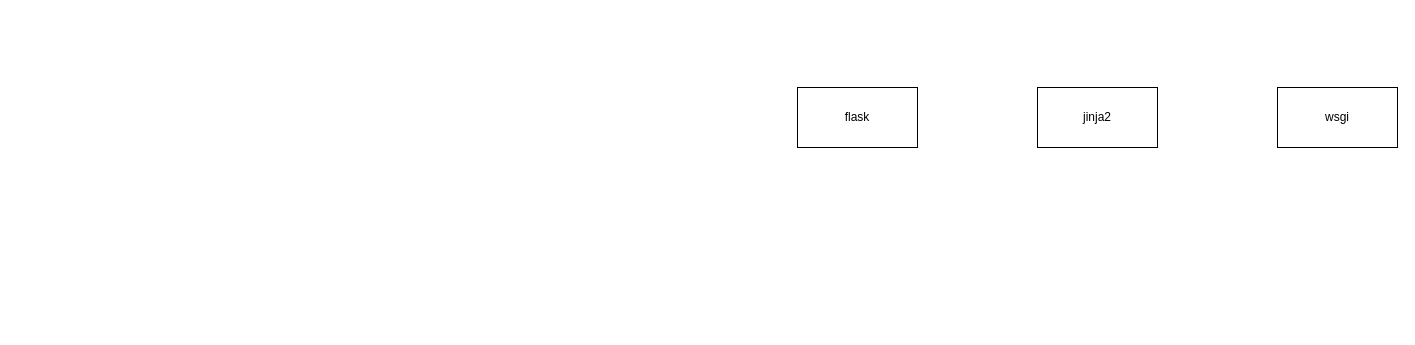
Before: flask总结.drawio in ghr12345/bianyiqi, a draw.io diagram. Source tidied: cells renumbered, new cells numbered last; positions are measured from the earlier drawing's top-left corner, leaving out a move shared by most shapes. Both pictures are drawn from the tidied source at 100%, with x=0, y=0 at pixel (797, 87).
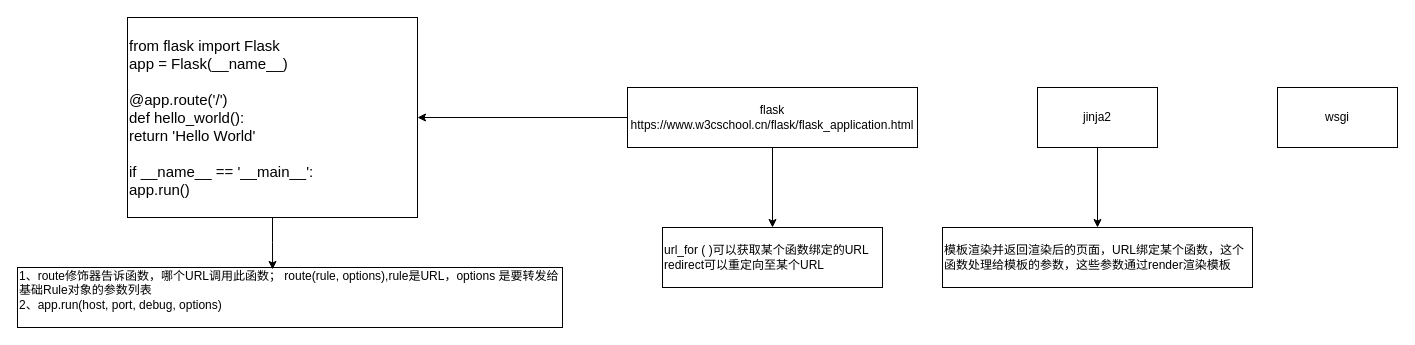
The same diagram, later.

Change to the diagram source:
```diff
@@
 <mxGraphModel>
   <root>
     <mxCell id="0" />
     <mxCell id="1" parent="0" />
+    <mxCell id="5" style="edgeStyle=orthogonalEdgeStyle;rounded=0;jettySize=auto;html=1;" parent="1" edge="1" source="2" target="10">
+      <mxGeometry relative="1" as="geometry" />
+    </mxCell>
+    <mxCell id="6" style="edgeStyle=orthogonalEdgeStyle;rounded=0;jettySize=auto;html=1;fontSize=15;" parent="1" edge="1" source="2" target="11">
+      <mxGeometry relative="1" as="geometry" />
+    </mxCell>
-    <mxCell id="2" value="flask" style="rounded=0;whiteSpace=wrap;html=1;" parent="1" vertex="1">
-      <mxGeometry width="120" height="60" as="geometry" />
+    <mxCell id="2" value="flask&#10;https://www.w3cschool.cn/flask/flask_application.html" style="rounded=0;whiteSpace=wrap;align=center;" parent="1" vertex="1">
+      <mxGeometry x="-170" width="290" height="60" as="geometry" />
     </mxCell>
+    <mxCell id="7" style="edgeStyle=orthogonalEdgeStyle;rounded=0;jettySize=auto;html=1;fontSize=15;" parent="1" edge="1" source="3" target="12">
+      <mxGeometry relative="1" as="geometry" />
+    </mxCell>
     <mxCell id="3" value="jinja2" style="rounded=0;whiteSpace=wrap;html=1;" parent="1" vertex="1">
       <mxGeometry x="240" width="120" height="60" as="geometry" />
     </mxCell>
     <mxCell id="4" value="wsgi" style="rounded=0;whiteSpace=wrap;html=1;" parent="1" vertex="1">
       <mxGeometry x="480" width="120" height="60" as="geometry" />
     </mxCell>
+    <mxCell id="8" value="1、route修饰器告诉函数，哪个URL调用此函数； route(rule, options),rule是URL，options 是要转发给基础Rule对象的参数列表&#10;2、app.run(host, port, debug, options)&#10;" style="rounded=0;whiteSpace=wrap;align=left;" parent="1" vertex="1">
+      <mxGeometry x="-780" y="180" width="545" height="60" as="geometry" />
+    </mxCell>
+    <mxCell id="9" style="edgeStyle=orthogonalEdgeStyle;rounded=0;jettySize=auto;html=1;entryX=0.468;entryY=0.033;entryDx=0;entryDy=0;entryPerimeter=0;fontSize=15;" parent="1" edge="1" source="10" target="8">
+      <mxGeometry relative="1" as="geometry" />
+    </mxCell>
+    <mxCell id="10" value="&lt;span style=&quot;font-size: 15px;&quot;&gt;from flask import Flask&lt;/span&gt;&lt;br style=&quot;padding: 0px; margin: 0px; font-size: 15px;&quot;&gt;&lt;span style=&quot;font-size: 15px;&quot;&gt;app = Flask(__name__)&lt;/span&gt;&lt;br style=&quot;padding: 0px; margin: 0px; font-size: 15px;&quot;&gt;&lt;br style=&quot;padding: 0px; margin: 0px; font-size: 15px;&quot;&gt;&lt;span style=&quot;font-size: 15px;&quot;&gt;@app.route('/')&lt;/span&gt;&lt;br style=&quot;padding: 0px; margin: 0px; font-size: 15px;&quot;&gt;&lt;span style=&quot;font-size: 15px;&quot;&gt;def hello_world():&lt;/span&gt;&lt;br style=&quot;padding: 0px; margin: 0px; font-size: 15px;&quot;&gt;&lt;span style=&quot;font-size: 15px;&quot;&gt;return 'Hello World'&lt;/span&gt;&lt;br style=&quot;padding: 0px; margin: 0px; font-size: 15px;&quot;&gt;&lt;br style=&quot;padding: 0px; margin: 0px; font-size: 15px;&quot;&gt;&lt;span style=&quot;font-size: 15px;&quot;&gt;if __name__ == '__main__':&lt;/span&gt;&lt;br style=&quot;padding: 0px; margin: 0px; font-size: 15px;&quot;&gt;&lt;span style=&quot;font-size: 15px;&quot;&gt;app.run()&lt;/span&gt;" style="rounded=0;whiteSpace=wrap;html=1;align=left;fontSize=15;" parent="1" vertex="1">
+      <mxGeometry x="-670" y="-70" width="290" height="200" as="geometry" />
+    </mxCell>
+    <mxCell id="11" value="url_for ( )可以获取某个函数绑定的URL&lt;br&gt;redirect可以重定向至某个URL" style="whiteSpace=wrap;html=1;rounded=0;align=left;" parent="1" vertex="1">
+      <mxGeometry x="-135" y="140" width="220" height="60" as="geometry" />
+    </mxCell>
+    <mxCell id="12" value="模板渲染并返回渲染后的页面，URL绑定某个函数，这个函数处理给模板的参数，这些参数通过render渲染模板&lt;br&gt;" style="whiteSpace=wrap;html=1;rounded=0;align=left;" parent="1" vertex="1">
+      <mxGeometry x="145" y="140" width="310" height="60" as="geometry" />
+    </mxCell>
   </root>
 </mxGraphModel>
```
